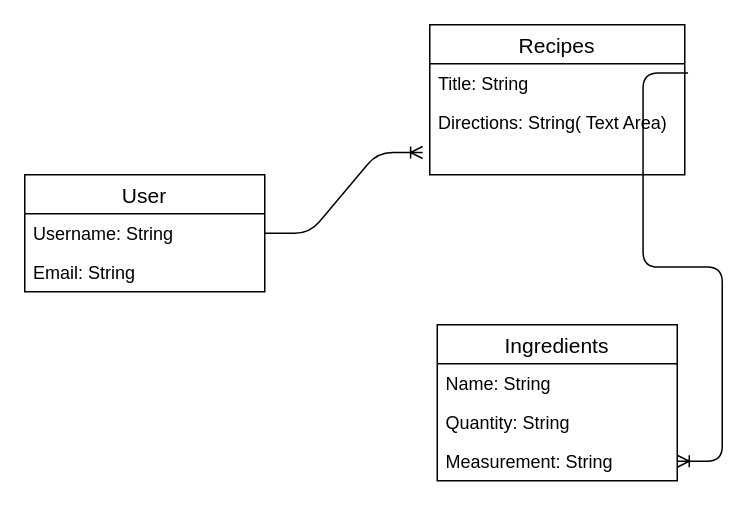
Before: planning/erd.drawio in csgill32/ga-capstone, a draw.io diagram. Source tidied: cells renumbered, new cells numbered last; positions are measured from the earlier drawing's top-left corner, leaving out a move shared by most shapes. Both pictures are drawn from the tidied source at 150%, with x=0, y=0 at pixel (24, 24).
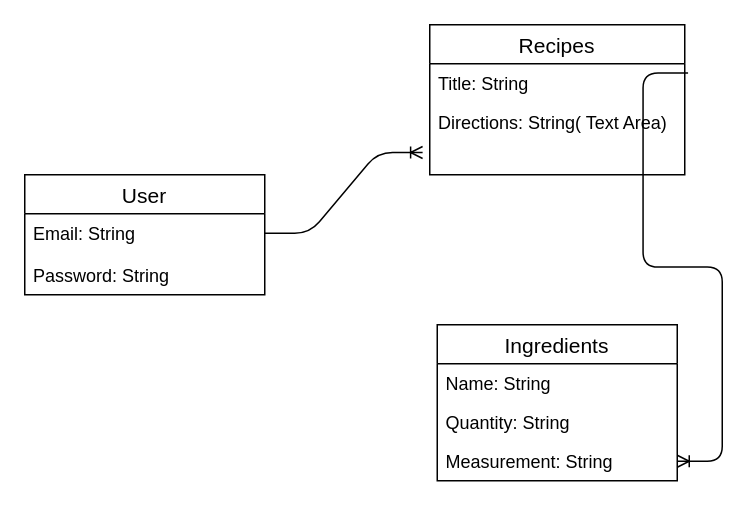
Above is the later version.

The edit, as a diff of the source:
```diff
@@
 <mxGraphModel>
   <root>
     <mxCell id="0" />
     <mxCell id="1" parent="0" />
     <mxCell id="2" value="Recipes" style="swimlane;fontStyle=0;horizontal=1;startSize=26;align=center;fontSize=14;" parent="1" vertex="1">
       <mxGeometry x="270" width="170" height="100" as="geometry" />
     </mxCell>
     <mxCell id="3" value="Title: String" style="text;strokeColor=none;fillColor=none;spacingLeft=4;spacingRight=4;overflow=hidden;points=[[0,0.5],[1,0.5]];portConstraint=eastwest;fontSize=12;" parent="2" vertex="1">
       <mxGeometry y="26" width="170" height="26" as="geometry" />
     </mxCell>
     <mxCell id="4" value="Directions: String( Text Area)" style="text;strokeColor=none;fillColor=none;spacingLeft=4;spacingRight=4;overflow=hidden;points=[[0,0.5],[1,0.5]];portConstraint=eastwest;fontSize=12;" parent="2" vertex="1">
       <mxGeometry y="52" width="170" height="48" as="geometry" />
     </mxCell>
-    <mxCell id="5" style="edgeStyle=entityRelationEdgeStyle;fontSize=12;html=1;endArrow=ERoneToMany;exitX=1;exitY=0.5;exitDx=0;exitDy=0;entryX=-0.028;entryY=0.691;entryDx=0;entryDy=0;entryPerimeter=0;" parent="1" edge="1" source="12" target="4">
-      <mxGeometry relative="1" as="geometry" />
+    <mxCell id="5" style="edgeStyle=entityRelationEdgeStyle;fontSize=12;html=1;endArrow=ERoneToMany;exitX=1;exitY=0.5;exitDx=0;exitDy=0;entryX=-0.028;entryY=0.691;entryDx=0;entryDy=0;entryPerimeter=0;" parent="1" edge="1" target="4">
+      <mxGeometry relative="1" as="geometry">
+        <mxPoint x="160" y="139" as="sourcePoint" />
+      </mxGeometry>
     </mxCell>
     <mxCell id="6" value="Ingredients" style="swimlane;fontStyle=0;horizontal=1;startSize=26;align=center;fontSize=14;" parent="1" vertex="1">
       <mxGeometry x="275" y="200" width="160" height="104" as="geometry" />
     </mxCell>
     <mxCell id="7" value="Name: String" style="text;strokeColor=none;fillColor=none;spacingLeft=4;spacingRight=4;overflow=hidden;fontSize=12;" parent="6" vertex="1">
       <mxGeometry y="26" width="160" height="26" as="geometry" />
     </mxCell>
     <mxCell id="8" value="Quantity: String" style="text;strokeColor=none;fillColor=none;spacingLeft=4;spacingRight=4;overflow=hidden;fontSize=12;" parent="6" vertex="1">
       <mxGeometry y="52" width="160" height="26" as="geometry" />
     </mxCell>
     <mxCell id="9" value="Measurement: String" style="text;strokeColor=none;fillColor=none;spacingLeft=4;spacingRight=4;overflow=hidden;points=[[0,0.5],[1,0.5]];portConstraint=eastwest;fontSize=12;" parent="6" vertex="1">
       <mxGeometry y="78" width="160" height="26" as="geometry" />
     </mxCell>
     <mxCell id="10" style="edgeStyle=entityRelationEdgeStyle;fontSize=12;html=1;endArrow=ERoneToMany;exitX=1.013;exitY=0.237;exitDx=0;exitDy=0;exitPerimeter=0;" parent="1" edge="1" source="3" target="9">
       <mxGeometry relative="1" as="geometry" />
     </mxCell>
     <mxCell id="11" value="User" style="swimlane;fontStyle=0;horizontal=1;startSize=26;align=center;fontSize=14;" parent="1" vertex="1">
-      <mxGeometry y="100" width="160" height="78" as="geometry" />
+      <mxGeometry y="100" width="160" height="80" as="geometry" />
     </mxCell>
-    <mxCell id="12" value="Username: String" style="text;strokeColor=none;fillColor=none;spacingLeft=4;spacingRight=4;overflow=hidden;points=[[0,0.5],[1,0.5]];portConstraint=eastwest;fontSize=12;" parent="11" vertex="1">
-      <mxGeometry y="26" width="160" height="26" as="geometry" />
-    </mxCell>
-    <mxCell id="13" value="Email: String" style="text;strokeColor=none;fillColor=none;spacingLeft=4;spacingRight=4;overflow=hidden;fontSize=12;" parent="11" vertex="1">
-      <mxGeometry y="52" width="160" height="26" as="geometry" />
+    <mxCell id="13" value="Email: String&#10;&#10;Password: String" style="text;strokeColor=none;fillColor=none;spacingLeft=4;spacingRight=4;overflow=hidden;fontSize=12;" parent="11" vertex="1">
+      <mxGeometry y="26" width="160" height="54" as="geometry" />
     </mxCell>
   </root>
 </mxGraphModel>
```
